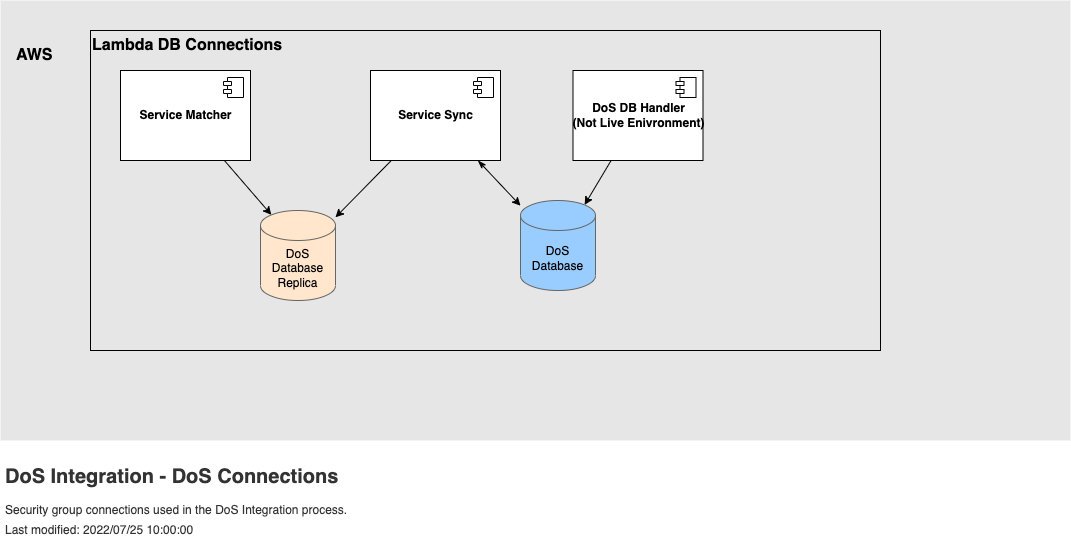
Above: documentation/diagrams/DoS Integration-DoS-Connections.drawio.png in nhsd-exeter/dos-integration (draw.io), before the change. Source tidied: cells renumbered, new cells last; positions are measured from the earlier drawing's top-left corner, leaving out a move shared by most shapes.
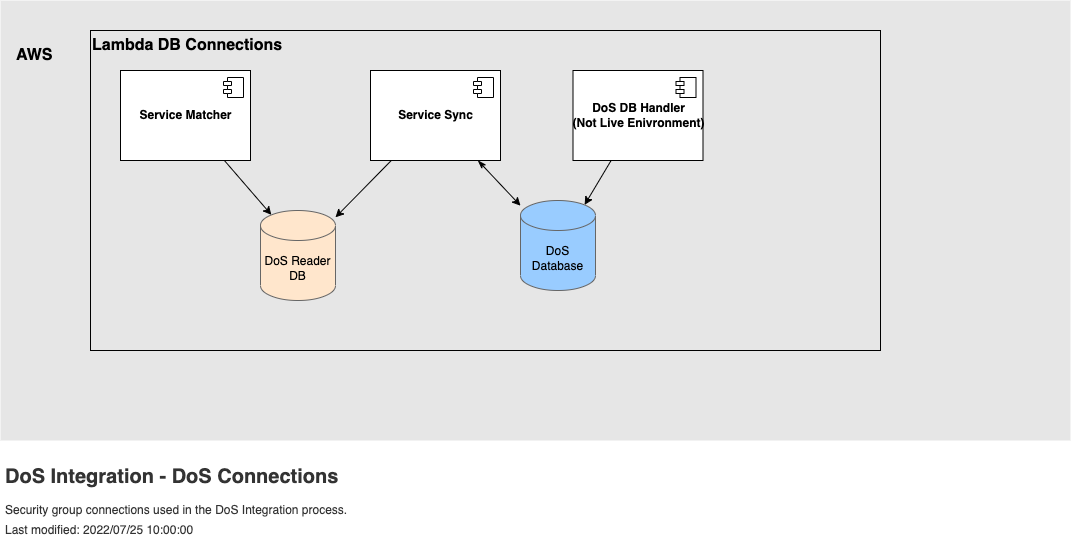
The same file after the commit.

What changed in the source:
```diff
@@ -57,7 +57,7 @@
         <mxPoint x="-27" y="7" as="offset" />
       </mxGeometry>
     </mxCell>
-    <mxCell id="17" value="DoS Database&lt;br&gt;Replica" style="shape=cylinder3;whiteSpace=wrap;html=1;boundedLbl=1;backgroundOutline=1;size=15;fillColor=#FFE6CC;strokeColor=#666666;labelBackgroundColor=none;" parent="1" vertex="1">
+    <mxCell id="17" value="DoS Reader DB" style="shape=cylinder3;whiteSpace=wrap;html=1;boundedLbl=1;backgroundOutline=1;size=15;fillColor=#FFE6CC;strokeColor=#666666;labelBackgroundColor=none;" parent="1" vertex="1">
       <mxGeometry x="260" y="210" width="75" height="90" as="geometry" />
     </mxCell>
     <mxCell id="18" style="edgeStyle=none;html=1;entryX=0.855;entryY=0;entryDx=0;entryDy=4.35;entryPerimeter=0;" parent="1" edge="1" source="19" target="10">
```
